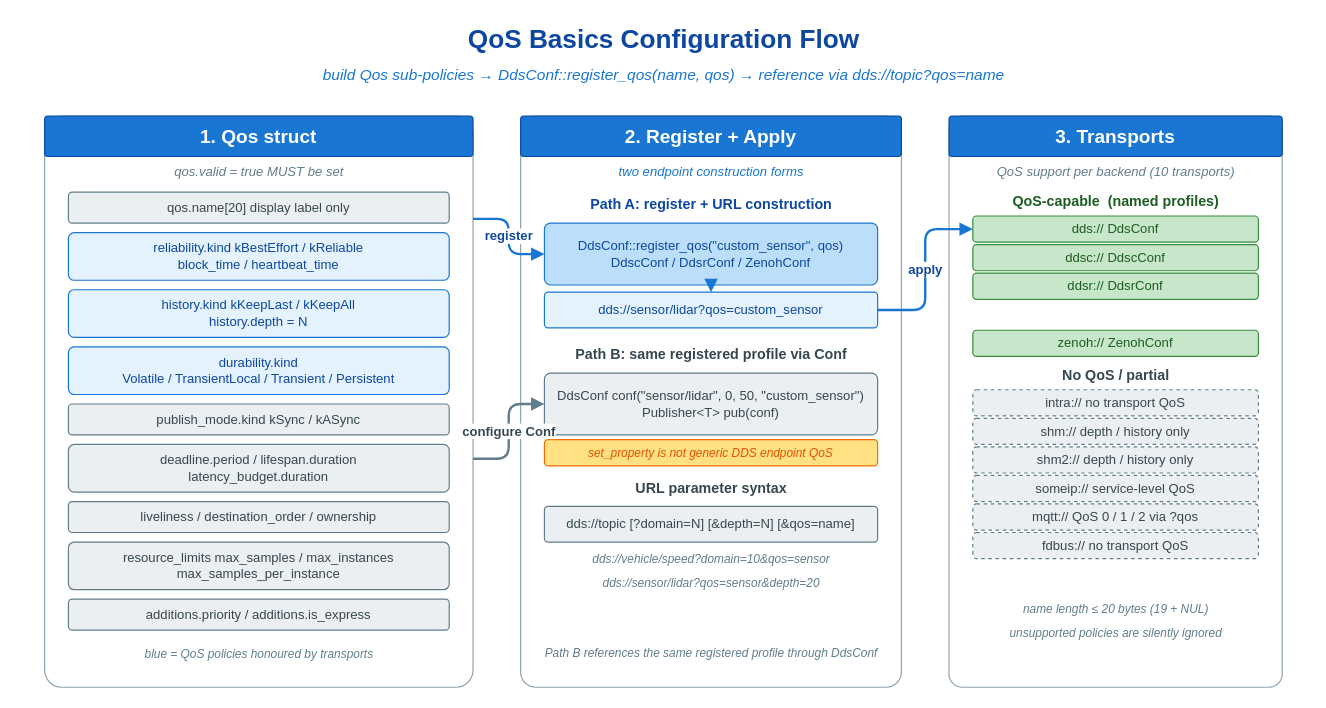
This is examples/qos/qos_basics/images/qos-basic-config.drawio from thun-res/vlink, a draw.io file, before an edit. Source tidied: cells renumbered, new cells numbered last; positions are measured from the earlier drawing's top-left corner, leaving out a move shared by most shapes. Both pictures are drawn from the tidied source at 119%, with x=0, y=0 at pixel (20, 20).
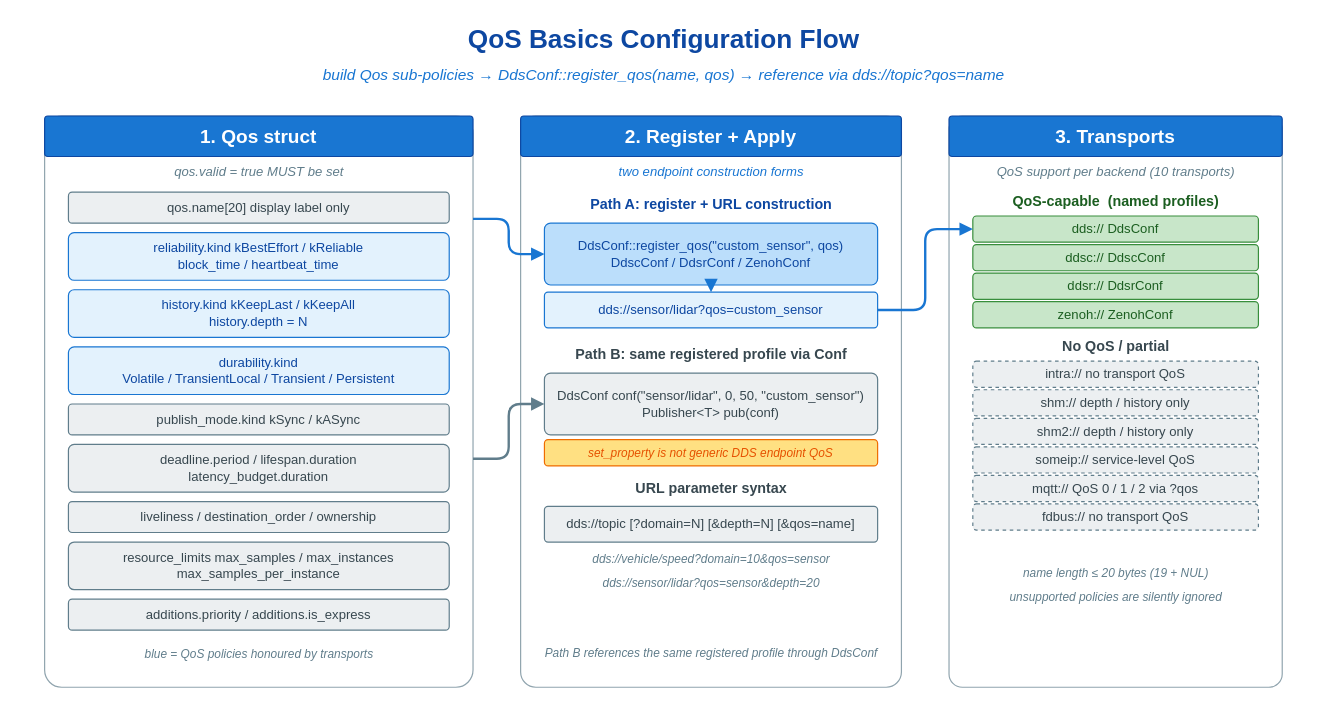
After the change.

The change refers to these unchanged cells:
```xml
<mxCell id="4" style="rounded=1;whiteSpace=wrap;html=1;fillColor=#ffffff;strokeColor=#90a4ae;fontFamily=Helvetica;arcSize=4;shadow=0;" parent="1" vertex="1">
  <mxGeometry x="20" y="80" width="360" height="480" as="geometry" />
</mxCell>
<mxCell id="21" value="DdsConf::register_qos(&quot;custom_sensor&quot;, qos)&#10;DdscConf / DdsrConf / ZenohConf" style="rounded=1;whiteSpace=wrap;html=1;fillColor=#bbdefb;strokeColor=#1976d2;fontFamily=Helvetica;fontSize=11;fontStyle=0;fontColor=#0d47a1;arcSize=10;shadow=0;" parent="1" vertex="1">
  <mxGeometry x="440" y="170" width="280" height="52" as="geometry" />
</mxCell>
<mxCell id="22" value="dds://sensor/lidar?qos=custom_sensor" style="rounded=1;whiteSpace=wrap;html=1;fillColor=#e3f2fd;strokeColor=#1976d2;fontFamily=Helvetica;fontSize=11;fontStyle=0;fontColor=#0d47a1;arcSize=10;shadow=0;" parent="1" vertex="1">
  <mxGeometry x="440" y="228" width="280" height="30" as="geometry" />
</mxCell>
<mxCell id="24" value="DdsConf conf(&quot;sensor/lidar&quot;, 0, 50, &quot;custom_sensor&quot;)&#10;Publisher&amp;lt;T&amp;gt; pub(conf)" style="rounded=1;whiteSpace=wrap;html=1;fillColor=#eceff1;strokeColor=#607d8b;fontFamily=Helvetica;fontSize=11;fontStyle=0;fontColor=#37474f;arcSize=10;shadow=0;" parent="1" vertex="1">
  <mxGeometry x="440" y="296" width="280" height="52" as="geometry" />
</mxCell>
<mxCell id="35" value="dds://      DdsConf" style="rounded=1;whiteSpace=wrap;html=1;fillColor=#c8e6c9;strokeColor=#388e3c;fontFamily=Helvetica;fontSize=11;fontStyle=0;fontColor=#1b5e20;arcSize=14;shadow=0;" parent="1" vertex="1">
  <mxGeometry x="800" y="164" width="240" height="22" as="geometry" />
</mxCell>
```

The edit, as a diff of the source:
```diff
@@
     <mxCell id="38" value="zenoh://   ZenohConf" style="rounded=1;whiteSpace=wrap;html=1;fillColor=#c8e6c9;strokeColor=#388e3c;fontFamily=Helvetica;fontSize=11;fontStyle=0;fontColor=#1b5e20;arcSize=14;shadow=0;" parent="1" vertex="1">
-      <mxGeometry x="800" y="260" width="240" height="22" as="geometry" />
+      <mxGeometry x="800" y="236" width="240" height="22" as="geometry" />
     </mxCell>
     <mxCell id="39" value="No QoS / partial" style="text;html=1;align=center;verticalAlign=middle;strokeColor=none;fillColor=none;fontFamily=Helvetica;fontSize=12;fontStyle=1;fontColor=#37474f;" parent="1" vertex="1">
-      <mxGeometry x="800" y="288" width="240" height="20" as="geometry" />
+      <mxGeometry x="800" y="264" width="240" height="20" as="geometry" />
     </mxCell>
     <mxCell id="40" value="intra://    no transport QoS" style="rounded=1;whiteSpace=wrap;html=1;fillColor=#eceff1;strokeColor=#607d8b;fontFamily=Helvetica;fontSize=11;fontStyle=0;fontColor=#37474f;arcSize=14;shadow=0;dashed=1;" parent="1" vertex="1">
-      <mxGeometry x="800" y="310" width="240" height="22" as="geometry" />
+      <mxGeometry x="800" y="286" width="240" height="22" as="geometry" />
     </mxCell>
     <mxCell id="41" value="shm://      depth / history only" style="rounded=1;whiteSpace=wrap;html=1;fillColor=#eceff1;strokeColor=#607d8b;fontFamily=Helvetica;fontSize=11;fontStyle=0;fontColor=#37474f;arcSize=14;shadow=0;dashed=1;" parent="1" vertex="1">
-      <mxGeometry x="800" y="334" width="240" height="22" as="geometry" />
+      <mxGeometry x="800" y="310" width="240" height="22" as="geometry" />
     </mxCell>
     <mxCell id="42" value="shm2://     depth / history only" style="rounded=1;whiteSpace=wrap;html=1;fillColor=#eceff1;strokeColor=#607d8b;fontFamily=Helvetica;fontSize=11;fontStyle=0;fontColor=#37474f;arcSize=14;shadow=0;dashed=1;" parent="1" vertex="1">
-      <mxGeometry x="800" y="358" width="240" height="22" as="geometry" />
+      <mxGeometry x="800" y="334" width="240" height="22" as="geometry" />
     </mxCell>
     <mxCell id="43" value="someip://   service-level QoS" style="rounded=1;whiteSpace=wrap;html=1;fillColor=#eceff1;strokeColor=#607d8b;fontFamily=Helvetica;fontSize=11;fontStyle=0;fontColor=#37474f;arcSize=14;shadow=0;dashed=1;" parent="1" vertex="1">
-      <mxGeometry x="800" y="382" width="240" height="22" as="geometry" />
+      <mxGeometry x="800" y="358" width="240" height="22" as="geometry" />
     </mxCell>
     <mxCell id="44" value="mqtt://     QoS 0 / 1 / 2 via ?qos" style="rounded=1;whiteSpace=wrap;html=1;fillColor=#eceff1;strokeColor=#607d8b;fontFamily=Helvetica;fontSize=11;fontStyle=0;fontColor=#37474f;arcSize=14;shadow=0;dashed=1;" parent="1" vertex="1">
-      <mxGeometry x="800" y="406" width="240" height="22" as="geometry" />
+      <mxGeometry x="800" y="382" width="240" height="22" as="geometry" />
     </mxCell>
     <mxCell id="45" value="fdbus://    no transport QoS" style="rounded=1;whiteSpace=wrap;html=1;fillColor=#eceff1;strokeColor=#607d8b;fontFamily=Helvetica;fontSize=11;fontStyle=0;fontColor=#37474f;arcSize=14;shadow=0;dashed=1;" parent="1" vertex="1">
-      <mxGeometry x="800" y="430" width="240" height="22" as="geometry" />
+      <mxGeometry x="800" y="406" width="240" height="22" as="geometry" />
     </mxCell>
     <mxCell id="46" value="name length ≤ 20 bytes (19 + NUL)" style="text;html=1;align=center;verticalAlign=middle;strokeColor=none;fillColor=none;fontFamily=Helvetica;fontSize=10;fontStyle=2;fontColor=#607d8b;" parent="1" vertex="1">
-      <mxGeometry x="800" y="484" width="240" height="20" as="geometry" />
+      <mxGeometry x="800" y="454" width="240" height="20" as="geometry" />
     </mxCell>
     <mxCell id="47" value="unsupported policies are silently ignored" style="text;html=1;align=center;verticalAlign=middle;strokeColor=none;fillColor=none;fontFamily=Helvetica;fontSize=10;fontStyle=2;fontColor=#607d8b;" parent="1" vertex="1">
-      <mxGeometry x="800" y="504" width="240" height="20" as="geometry" />
+      <mxGeometry x="800" y="474" width="240" height="20" as="geometry" />
     </mxCell>
-    <mxCell id="48" value="register" style="endArrow=block;endFill=1;html=1;strokeWidth=2;strokeColor=#1976d2;fontFamily=Helvetica;fontSize=11;fontStyle=1;fontColor=#0d47a1;labelBackgroundColor=#ffffff;rounded=1;edgeStyle=orthogonalEdgeStyle;exitX=1;exitY=0.18;entryX=0;entryY=0.5;" parent="1" edge="1" source="4" target="21">
+    <mxCell id="48" style="endArrow=block;endFill=1;html=1;strokeWidth=2;strokeColor=#1976d2;rounded=1;edgeStyle=orthogonalEdgeStyle;exitX=1;exitY=0.18;entryX=0;entryY=0.5;" parent="1" edge="1" source="4" target="21">
       <mxGeometry relative="1" as="geometry" />
     </mxCell>
-    <mxCell id="49" value="configure Conf" style="endArrow=block;endFill=1;html=1;strokeWidth=2;strokeColor=#607d8b;fontFamily=Helvetica;fontSize=11;fontStyle=1;fontColor=#37474f;labelBackgroundColor=#ffffff;rounded=1;edgeStyle=orthogonalEdgeStyle;exitX=1;exitY=0.6;entryX=0;entryY=0.5;" parent="1" edge="1" source="4" target="24">
+    <mxCell id="49" style="endArrow=block;endFill=1;html=1;strokeWidth=2;strokeColor=#607d8b;rounded=1;edgeStyle=orthogonalEdgeStyle;exitX=1;exitY=0.6;entryX=0;entryY=0.5;" parent="1" edge="1" source="4" target="24">
       <mxGeometry relative="1" as="geometry" />
     </mxCell>
@@
-    <mxCell id="51" value="apply" style="endArrow=block;endFill=1;html=1;strokeWidth=2;strokeColor=#1976d2;fontFamily=Helvetica;fontSize=11;fontStyle=1;fontColor=#0d47a1;labelBackgroundColor=#ffffff;rounded=1;edgeStyle=orthogonalEdgeStyle;exitX=1;exitY=0.5;entryX=0;entryY=0.5;" parent="1" edge="1" source="22" target="35">
+    <mxCell id="51" style="endArrow=block;endFill=1;html=1;strokeWidth=2;strokeColor=#1976d2;rounded=1;edgeStyle=orthogonalEdgeStyle;exitX=1;exitY=0.5;entryX=0;entryY=0.5;" parent="1" edge="1" source="22" target="35">
       <mxGeometry relative="1" as="geometry" />
     </mxCell>
```
